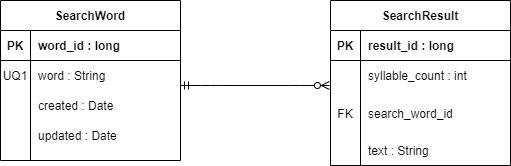
Before: docs/img/erd.png, a diagram exported from draw.io (Curtis19-99/freestyle-rhyme). Source tidied: cells renumbered, new cells last; positions are measured from the earlier drawing's top-left corner, leaving out a move shared by most shapes.
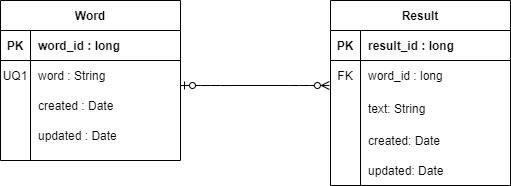
The same file after the commit.

Change to the diagram source:
```diff
@@ -2,7 +2,7 @@
   <root>
     <mxCell id="0" />
     <mxCell id="1" parent="0" />
-    <mxCell id="2" value="SearchWord" style="shape=table;startSize=30;rowLines=0;fontStyle=1;align=center;" parent="1" vertex="1">
+    <mxCell id="2" value="Word" style="shape=table;startSize=30;rowLines=0;fontStyle=1;align=center;" parent="1" vertex="1">
       <mxGeometry width="180" height="160" as="geometry" />
     </mxCell>
     <mxCell id="3" style="shape=partialRectangle;fillColor=none;top=0;left=0;bottom=1;right=0;" parent="2" vertex="1">
@@ -41,13 +41,13 @@
     <mxCell id="14" value="updated : Date" style="shape=partialRectangle;fillColor=none;top=0;left=0;bottom=0;right=0;align=left;spacingLeft=6;overflow=hidden;" parent="12" vertex="1">
       <mxGeometry x="30" width="150" height="30" as="geometry" />
     </mxCell>
-    <mxCell id="15" style="edgeStyle=entityRelationEdgeStyle;fontSize=12;html=1;endArrow=ERzeroToMany;entryX=-0.006;entryY=0.833;entryDx=0;entryDy=0;entryPerimeter=0;endFill=1;startArrow=ERmandOne;startFill=0;" parent="1" edge="1" target="20">
+    <mxCell id="15" style="edgeStyle=entityRelationEdgeStyle;fontSize=12;html=1;endArrow=ERzeroToMany;entryX=-0.006;entryY=0.833;entryDx=0;entryDy=0;entryPerimeter=0;endFill=1;startArrow=ERzeroToOne;startFill=1;" parent="1" edge="1" target="20">
       <mxGeometry relative="1" as="geometry">
         <mxPoint x="180" y="85" as="sourcePoint" />
       </mxGeometry>
     </mxCell>
-    <mxCell id="16" value="SearchResult" style="shape=table;startSize=30;rowLines=0;fontStyle=1;align=center;" parent="1" vertex="1">
-      <mxGeometry x="330" width="180" height="165" as="geometry" />
+    <mxCell id="16" value="Result" style="shape=table;startSize=30;rowLines=0;fontStyle=1;align=center;" parent="1" vertex="1">
+      <mxGeometry x="330" width="180" height="185" as="geometry" />
     </mxCell>
     <mxCell id="17" style="shape=partialRectangle;fillColor=none;top=0;left=0;bottom=1;right=0;" parent="16" vertex="1">
       <mxGeometry y="30" width="180" height="30" as="geometry" />
@@ -61,29 +61,32 @@
     <mxCell id="20" style="shape=partialRectangle;fillColor=none;top=0;left=0;bottom=0;right=0;points=[[0,0.5],[1,0.5]];portConstraint=eastwest;" parent="16" vertex="1">
       <mxGeometry y="60" width="180" height="30" as="geometry" />
     </mxCell>
-    <mxCell id="21" style="shape=partialRectangle;fillColor=none;top=0;left=0;bottom=0;right=0;overflow=hidden;" parent="20" vertex="1">
+    <mxCell id="21" value="FK" style="shape=partialRectangle;fillColor=none;top=0;left=0;bottom=0;right=0;overflow=hidden;" parent="20" vertex="1">
       <mxGeometry width="30" height="30" as="geometry" />
     </mxCell>
-    <mxCell id="22" value="syllable_count : int" style="shape=partialRectangle;fillColor=none;top=0;left=0;bottom=0;right=0;align=left;spacingLeft=6;overflow=hidden;" parent="20" vertex="1">
+    <mxCell id="22" value="word_id : long" style="shape=partialRectangle;fillColor=none;top=0;left=0;bottom=0;right=0;align=left;spacingLeft=6;overflow=hidden;" parent="20" vertex="1">
       <mxGeometry x="30" width="150" height="30" as="geometry" />
     </mxCell>
     <mxCell id="23" style="shape=partialRectangle;fillColor=none;top=0;left=0;bottom=0;right=0;" parent="16" vertex="1">
-      <mxGeometry y="90" width="180" height="45" as="geometry" />
+      <mxGeometry y="90" width="180" height="35" as="geometry" />
     </mxCell>
-    <mxCell id="24" value="FK" style="shape=partialRectangle;fillColor=none;top=0;left=0;bottom=0;right=0;overflow=hidden;" parent="23" vertex="1">
-      <mxGeometry width="30" height="45" as="geometry" />
+    <mxCell id="24" style="shape=partialRectangle;fillColor=none;top=0;left=0;bottom=0;right=0;overflow=hidden;" parent="23" vertex="1">
+      <mxGeometry width="30" height="35" as="geometry" />
     </mxCell>
-    <mxCell id="25" value="search_word_id" style="shape=partialRectangle;fillColor=none;top=0;left=0;bottom=0;right=0;align=left;spacingLeft=6;overflow=hidden;" parent="23" vertex="1">
-      <mxGeometry x="30" width="150" height="45" as="geometry" />
+    <mxCell id="25" value="text: String" style="shape=partialRectangle;fillColor=none;top=0;left=0;bottom=0;right=0;align=left;spacingLeft=6;overflow=hidden;" parent="23" vertex="1">
+      <mxGeometry x="30" width="150" height="35" as="geometry" />
     </mxCell>
     <mxCell id="26" style="shape=partialRectangle;fillColor=none;top=0;left=0;bottom=0;right=0;" parent="16" vertex="1">
-      <mxGeometry y="135" width="180" height="30" as="geometry" />
+      <mxGeometry y="125" width="180" height="30" as="geometry" />
     </mxCell>
     <mxCell id="27" style="shape=partialRectangle;fillColor=none;top=0;left=0;bottom=0;right=0;overflow=hidden;" parent="26" vertex="1">
       <mxGeometry width="30" height="30" as="geometry" />
     </mxCell>
-    <mxCell id="28" value="text : String" style="shape=partialRectangle;fillColor=none;top=0;left=0;bottom=0;right=0;align=left;spacingLeft=6;overflow=hidden;" parent="26" vertex="1">
+    <mxCell id="28" value="created: Date" style="shape=partialRectangle;fillColor=none;top=0;left=0;bottom=0;right=0;align=left;spacingLeft=6;overflow=hidden;" parent="26" vertex="1">
       <mxGeometry x="30" width="150" height="30" as="geometry" />
     </mxCell>
+    <mxCell id="29" value="updated: Date" style="shape=partialRectangle;fillColor=none;top=0;left=0;bottom=0;right=0;align=left;spacingLeft=6;overflow=hidden;" parent="1" vertex="1">
+      <mxGeometry x="360" y="155" width="150" height="30" as="geometry" />
+    </mxCell>
   </root>
 </mxGraphModel>
```
